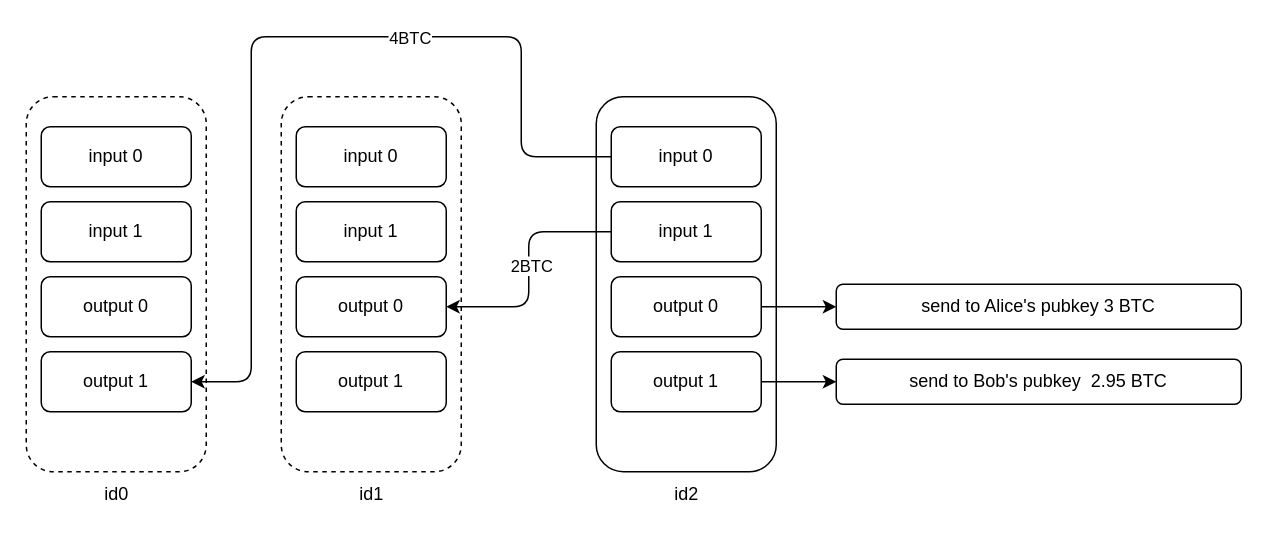
Before: tranction.drawio in weihanby/Hello_Fudan, a draw.io diagram. Source tidied: cells renumbered, new cells numbered last; positions are measured from the earlier drawing's top-left corner, leaving out a move shared by most shapes. Both pictures are drawn from the tidied source at 150%, with x=0, y=0 at pixel (26, 36).
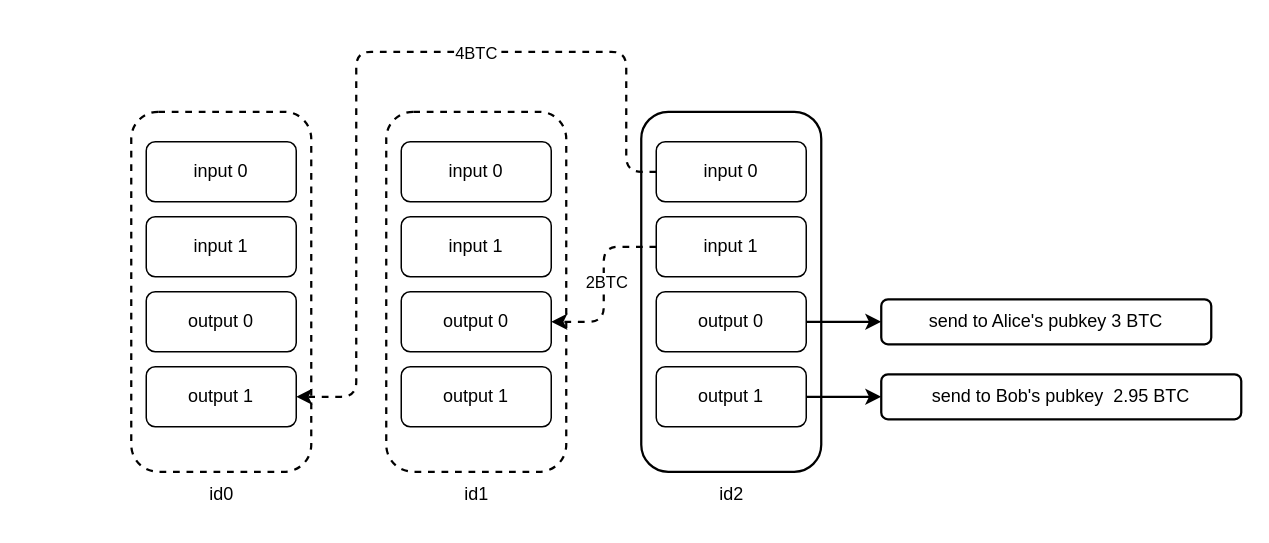
After the change.

What changed in the source:
```diff
@@
-    <mxCell id="2" style="whiteSpace=wrap;html=1;rounded=1;strokeWidth=1;" parent="1" vertex="1">
-      <mxGeometry x="380" y="40" width="120" height="250" as="geometry" />
+    <mxCell id="2" style="whiteSpace=wrap;html=1;rounded=1;strokeWidth=1.5;" parent="1" vertex="1">
+      <mxGeometry x="410" y="50" width="120" height="240" as="geometry" />
     </mxCell>
     <mxCell id="3" value="input 0" style="whiteSpace=wrap;html=1;rounded=1;" parent="1" vertex="1">
-      <mxGeometry x="390" y="60" width="100" height="40" as="geometry" />
+      <mxGeometry x="420" y="70" width="100" height="40" as="geometry" />
     </mxCell>
     <mxCell id="4" value="input 1" style="whiteSpace=wrap;html=1;rounded=1;" parent="1" vertex="1">
-      <mxGeometry x="390" y="110" width="100" height="40" as="geometry" />
+      <mxGeometry x="420" y="120" width="100" height="40" as="geometry" />
     </mxCell>
-    <mxCell id="5" style="edgeStyle=none;rounded=1;jettySize=auto;html=1;" parent="1" edge="1" source="6" target="23">
+    <mxCell id="5" style="edgeStyle=none;rounded=1;jettySize=auto;html=1;strokeWidth=1.5;" parent="1" edge="1" source="6" target="23">
       <mxGeometry relative="1" as="geometry" />
     </mxCell>
     <mxCell id="6" value="output 0" style="whiteSpace=wrap;html=1;rounded=1;" parent="1" vertex="1">
-      <mxGeometry x="390" y="160" width="100" height="40" as="geometry" />
+      <mxGeometry x="420" y="170" width="100" height="40" as="geometry" />
     </mxCell>
-    <mxCell id="7" style="whiteSpace=wrap;html=1;rounded=1;dashed=1;" parent="1" vertex="1">
-      <mxGeometry x="170" y="40" width="120" height="250" as="geometry" />
+    <mxCell id="7" style="whiteSpace=wrap;html=1;rounded=1;dashed=1;strokeWidth=1.5;" parent="1" vertex="1">
+      <mxGeometry x="240" y="50" width="120" height="240" as="geometry" />
     </mxCell>
-    <mxCell id="8" style="edgeStyle=none;rounded=1;jettySize=auto;html=1;" parent="1" edge="1" source="9" target="24">
+    <mxCell id="8" style="edgeStyle=none;rounded=1;jettySize=auto;html=1;strokeWidth=1.5;" parent="1" edge="1" source="9" target="24">
       <mxGeometry relative="1" as="geometry" />
     </mxCell>
     <mxCell id="9" value="output 1" style="whiteSpace=wrap;html=1;rounded=1;" parent="1" vertex="1">
-      <mxGeometry x="390" y="210" width="100" height="40" as="geometry" />
+      <mxGeometry x="420" y="220" width="100" height="40" as="geometry" />
     </mxCell>
     <mxCell id="10" value="input 0" style="whiteSpace=wrap;html=1;rounded=1;" parent="1" vertex="1">
-      <mxGeometry x="180" y="60" width="100" height="40" as="geometry" />
+      <mxGeometry x="250" y="70" width="100" height="40" as="geometry" />
     </mxCell>
     <mxCell id="11" value="input 1" style="whiteSpace=wrap;html=1;rounded=1;" parent="1" vertex="1">
-      <mxGeometry x="180" y="110" width="100" height="40" as="geometry" />
+      <mxGeometry x="250" y="120" width="100" height="40" as="geometry" />
     </mxCell>
     <mxCell id="12" value="output 1" style="whiteSpace=wrap;html=1;rounded=1;" parent="1" vertex="1">
-      <mxGeometry x="180" y="210" width="100" height="40" as="geometry" />
+      <mxGeometry x="250" y="220" width="100" height="40" as="geometry" />
     </mxCell>
     <mxCell id="13" value="output 0" style="whiteSpace=wrap;html=1;rounded=1;" parent="1" vertex="1">
-      <mxGeometry x="180" y="160" width="100" height="40" as="geometry" />
+      <mxGeometry x="250" y="170" width="100" height="40" as="geometry" />
     </mxCell>
-    <mxCell id="14" style="whiteSpace=wrap;html=1;rounded=1;dashed=1;" parent="1" vertex="1">
-      <mxGeometry y="40" width="120" height="250" as="geometry" />
+    <mxCell id="14" style="whiteSpace=wrap;html=1;rounded=1;dashed=1;strokeWidth=1.5;" parent="1" vertex="1">
+      <mxGeometry x="70" y="50" width="120" height="240" as="geometry" />
     </mxCell>
     <mxCell id="15" value="input 0" style="whiteSpace=wrap;html=1;rounded=1;" parent="1" vertex="1">
-      <mxGeometry x="10" y="60" width="100" height="40" as="geometry" />
+      <mxGeometry x="80" y="70" width="100" height="40" as="geometry" />
     </mxCell>
     <mxCell id="16" value="input 1" style="whiteSpace=wrap;html=1;rounded=1;" parent="1" vertex="1">
-      <mxGeometry x="10" y="110" width="100" height="40" as="geometry" />
+      <mxGeometry x="80" y="120" width="100" height="40" as="geometry" />
     </mxCell>
     <mxCell id="17" value="output 1" style="whiteSpace=wrap;html=1;rounded=1;" parent="1" vertex="1">
-      <mxGeometry x="10" y="210" width="100" height="40" as="geometry" />
+      <mxGeometry x="80" y="220" width="100" height="40" as="geometry" />
     </mxCell>
     <mxCell id="18" value="output 0" style="whiteSpace=wrap;html=1;rounded=1;" parent="1" vertex="1">
-      <mxGeometry x="10" y="160" width="100" height="40" as="geometry" />
+      <mxGeometry x="80" y="170" width="100" height="40" as="geometry" />
     </mxCell>
-    <mxCell id="19" style="edgeStyle=orthogonalEdgeStyle;rounded=1;jettySize=auto;html=1;exitX=0;exitY=0.5;exitDx=0;exitDy=0;entryX=1;entryY=0.5;entryDx=0;entryDy=0;" parent="1" edge="1" source="3" target="17">
+    <mxCell id="19" style="edgeStyle=orthogonalEdgeStyle;rounded=1;jettySize=auto;html=1;exitX=0;exitY=0.5;exitDx=0;exitDy=0;entryX=1;entryY=0.5;entryDx=0;entryDy=0;dashed=1;strokeWidth=1.5;" parent="1" edge="1" source="3" target="17">
       <mxGeometry relative="1" as="geometry">
         <Array as="points">
-          <mxPoint x="330" y="80" />
-          <mxPoint x="330" />
-          <mxPoint x="150" />
-          <mxPoint x="150" y="230" />
+          <mxPoint x="400" y="90" />
+          <mxPoint x="400" y="10" />
+          <mxPoint x="220" y="10" />
+          <mxPoint x="220" y="240" />
         </Array>
       </mxGeometry>
     </mxCell>
@@
-    <mxCell id="21" style="edgeStyle=orthogonalEdgeStyle;rounded=1;jettySize=auto;html=1;exitX=0;exitY=0.5;exitDx=0;exitDy=0;entryX=1;entryY=0.5;entryDx=0;entryDy=0;" parent="1" edge="1" source="4" target="13">
+    <mxCell id="21" style="edgeStyle=orthogonalEdgeStyle;rounded=1;jettySize=auto;html=1;exitX=0;exitY=0.5;exitDx=0;exitDy=0;entryX=1;entryY=0.5;entryDx=0;entryDy=0;dashed=1;strokeWidth=1.5;" parent="1" edge="1" source="4" target="13">
       <mxGeometry relative="1" as="geometry" />
     </mxCell>
@@
-    <mxCell id="23" value="send to Alice's pubkey 3 BTC" style="whiteSpace=wrap;html=1;rounded=1;" parent="1" vertex="1">
-      <mxGeometry x="540" y="165" width="270" height="30" as="geometry" />
+    <mxCell id="23" value="send to Alice's pubkey 3 BTC" style="whiteSpace=wrap;html=1;rounded=1;strokeWidth=1.5;" parent="1" vertex="1">
+      <mxGeometry x="570" y="175" width="220" height="30" as="geometry" />
     </mxCell>
-    <mxCell id="24" value="send to Bob's pubkey &amp;nbsp;2.95 BTC" style="whiteSpace=wrap;html=1;rounded=1;" parent="1" vertex="1">
-      <mxGeometry x="540" y="215" width="270" height="30" as="geometry" />
+    <mxCell id="24" value="send to Bob's pubkey &amp;nbsp;2.95 BTC" style="whiteSpace=wrap;html=1;rounded=1;strokeWidth=1.5;" parent="1" vertex="1">
+      <mxGeometry x="570" y="225" width="240" height="30" as="geometry" />
     </mxCell>
     <mxCell id="25" value="id2" style="text;html=1;align=center;verticalAlign=middle;strokeColor=none;fillColor=none;" parent="1" vertex="1">
-      <mxGeometry x="420" y="290" width="40" height="30" as="geometry" />
+      <mxGeometry x="450" y="290" width="40" height="30" as="geometry" />
     </mxCell>
     <mxCell id="26" value="id1" style="text;html=1;align=center;verticalAlign=middle;strokeColor=none;fillColor=none;" parent="1" vertex="1">
-      <mxGeometry x="210" y="290" width="40" height="30" as="geometry" />
+      <mxGeometry x="280" y="290" width="40" height="30" as="geometry" />
     </mxCell>
     <mxCell id="27" value="id0" style="text;html=1;align=center;verticalAlign=middle;strokeColor=none;fillColor=none;" parent="1" vertex="1">
-      <mxGeometry x="40" y="290" width="40" height="30" as="geometry" />
+      <mxGeometry x="110" y="290" width="40" height="30" as="geometry" />
     </mxCell>
```
